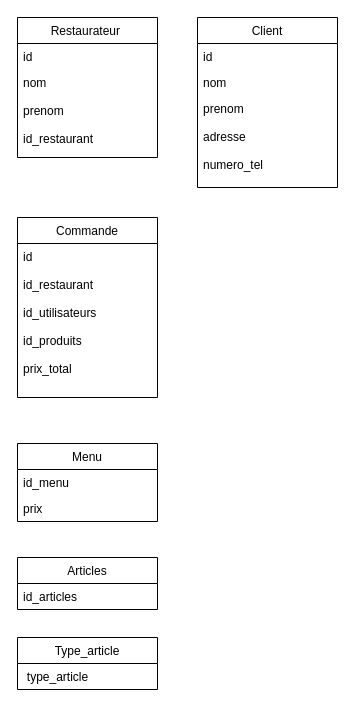
Earlier version of the draw.io diagram diagramme_base_de_donnees.drawio (TheAIWizard/Ensaeats). Source tidied: cells renumbered, new cells numbered last; positions are measured from the earlier drawing's top-left corner, leaving out a move shared by most shapes. Both pictures are drawn from the tidied source at 100%, with x=0, y=0 at pixel (17, 17).
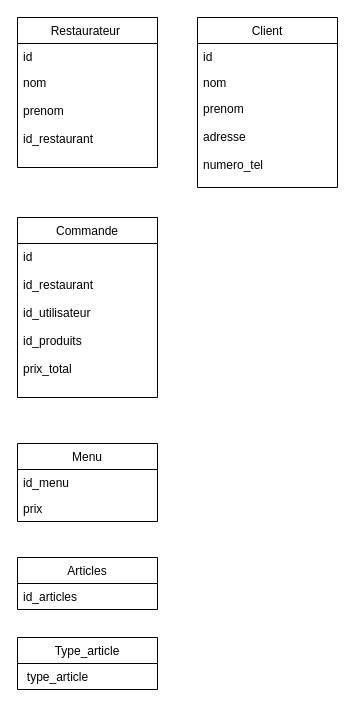
The same diagram, later.

Commit message (it also covers changes not shown here):
modif diagramme pour projet inter

The edit, as a diff of the source:
```diff
@@
 <mxGraphModel>
   <root>
     <mxCell id="0" />
     <mxCell id="1" parent="0" />
     <mxCell id="2" value="Restaurateur " style="swimlane;fontStyle=0;horizontal=1;startSize=26;" parent="1" vertex="1">
-      <mxGeometry width="140" height="140" as="geometry" />
+      <mxGeometry width="140" height="150" as="geometry" />
     </mxCell>
     <mxCell id="3" value="id" style="text;strokeColor=none;fillColor=none;align=left;verticalAlign=top;spacingLeft=4;spacingRight=4;overflow=hidden;" parent="2" vertex="1">
       <mxGeometry y="26" width="140" height="26" as="geometry" />
     </mxCell>
     <mxCell id="4" value="nom&#10;&#10;prenom&#10;&#10;id_restaurant" style="text;strokeColor=none;fillColor=none;align=left;verticalAlign=top;spacingLeft=4;spacingRight=4;overflow=hidden;" parent="2" vertex="1">
-      <mxGeometry y="52" width="140" height="88" as="geometry" />
+      <mxGeometry y="52" width="140" height="98" as="geometry" />
     </mxCell>
     <mxCell id="5" value="Client" style="swimlane;fontStyle=0;horizontal=1;startSize=26;" parent="1" vertex="1">
       <mxGeometry x="180" width="140" height="170" as="geometry" />
     </mxCell>
     <mxCell id="6" value="id" style="text;strokeColor=none;fillColor=none;align=left;verticalAlign=top;spacingLeft=4;spacingRight=4;overflow=hidden;" parent="5" vertex="1">
       <mxGeometry y="26" width="140" height="26" as="geometry" />
     </mxCell>
     <mxCell id="7" value="nom&#10;" style="text;strokeColor=none;fillColor=none;align=left;verticalAlign=top;spacingLeft=4;spacingRight=4;overflow=hidden;" parent="5" vertex="1">
       <mxGeometry y="52" width="140" height="26" as="geometry" />
     </mxCell>
     <mxCell id="8" value="prenom&#10;&#10;adresse&#10;&#10;numero_tel" style="text;strokeColor=none;fillColor=none;align=left;verticalAlign=top;spacingLeft=4;spacingRight=4;overflow=hidden;" parent="5" vertex="1">
       <mxGeometry y="78" width="140" height="92" as="geometry" />
     </mxCell>
     <mxCell id="9" value="Commande" style="swimlane;fontStyle=0;horizontal=1;startSize=26;" parent="1" vertex="1">
       <mxGeometry y="200" width="140" height="180" as="geometry" />
     </mxCell>
-    <mxCell id="10" value="id&#10;&#10;id_restaurant&#10;&#10;id_utilisateurs &#10;&#10;id_produits&#10;&#10;prix_total" style="text;strokeColor=none;fillColor=none;align=left;verticalAlign=top;spacingLeft=4;spacingRight=4;overflow=hidden;" parent="9" vertex="1">
+    <mxCell id="10" value="id&#10;&#10;id_restaurant&#10;&#10;id_utilisateur &#10;&#10;id_produits&#10;&#10;prix_total" style="text;strokeColor=none;fillColor=none;align=left;verticalAlign=top;spacingLeft=4;spacingRight=4;overflow=hidden;" parent="9" vertex="1">
       <mxGeometry y="26" width="140" height="154" as="geometry" />
     </mxCell>
     <mxCell id="11" value="Menu" style="swimlane;fontStyle=0;horizontal=1;startSize=26;" parent="1" vertex="1">
       <mxGeometry y="426" width="140" height="78" as="geometry" />
     </mxCell>
     <mxCell id="12" value="id_menu&#10;" style="text;strokeColor=none;fillColor=none;align=left;verticalAlign=top;spacingLeft=4;spacingRight=4;overflow=hidden;" parent="11" vertex="1">
       <mxGeometry y="26" width="140" height="26" as="geometry" />
     </mxCell>
     <mxCell id="13" value="prix" style="text;strokeColor=none;fillColor=none;align=left;verticalAlign=top;spacingLeft=4;spacingRight=4;overflow=hidden;" parent="11" vertex="1">
       <mxGeometry y="52" width="140" height="26" as="geometry" />
     </mxCell>
     <mxCell id="14" value="Articles" style="swimlane;fontStyle=0;horizontal=1;startSize=26;" parent="1" vertex="1">
       <mxGeometry y="540" width="140" height="52" as="geometry" />
     </mxCell>
     <mxCell id="15" value="id_articles" style="text;strokeColor=none;fillColor=none;align=left;verticalAlign=top;spacingLeft=4;spacingRight=4;overflow=hidden;" parent="14" vertex="1">
       <mxGeometry y="26" width="140" height="26" as="geometry" />
     </mxCell>
     <mxCell id="16" value="Type_article" style="swimlane;fontStyle=0;horizontal=1;startSize=26;" parent="1" vertex="1">
       <mxGeometry y="620" width="140" height="52" as="geometry" />
     </mxCell>
     <mxCell id="17" value="type_article" style="text;html=1;align=center;verticalAlign=middle;strokeColor=none;" parent="1" vertex="1">
       <mxGeometry y="650" width="80" height="20" as="geometry" />
     </mxCell>
   </root>
 </mxGraphModel>
```
